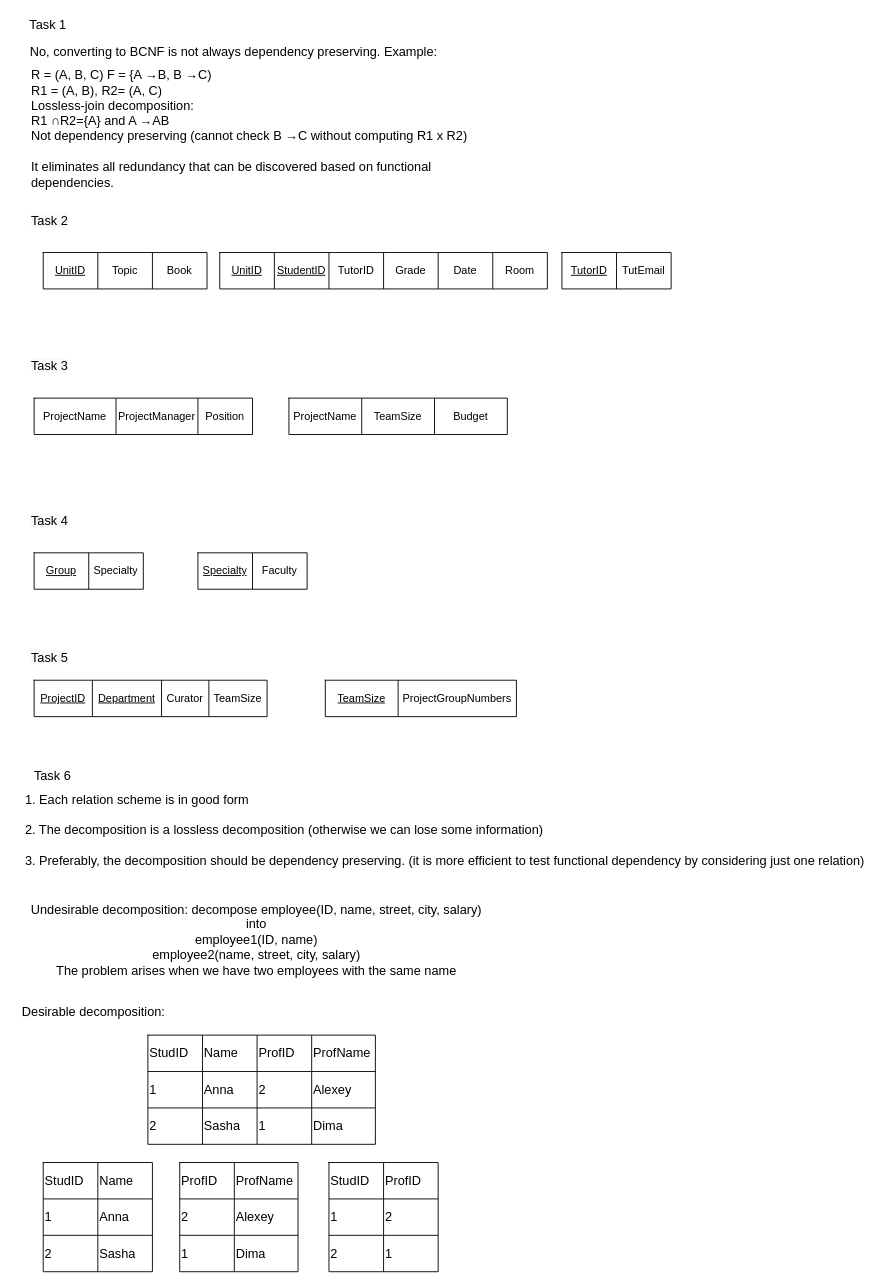
Above: Lab5.drawio in AsselyaRaim/Databases-2021 (draw.io), before the change. Source tidied: cells renumbered, new cells numbered last; positions are measured from the earlier drawing's top-left corner, leaving out a move shared by most shapes. Both pictures are drawn from the tidied source at 91%, with x=0, y=0 at pixel (15, 15).
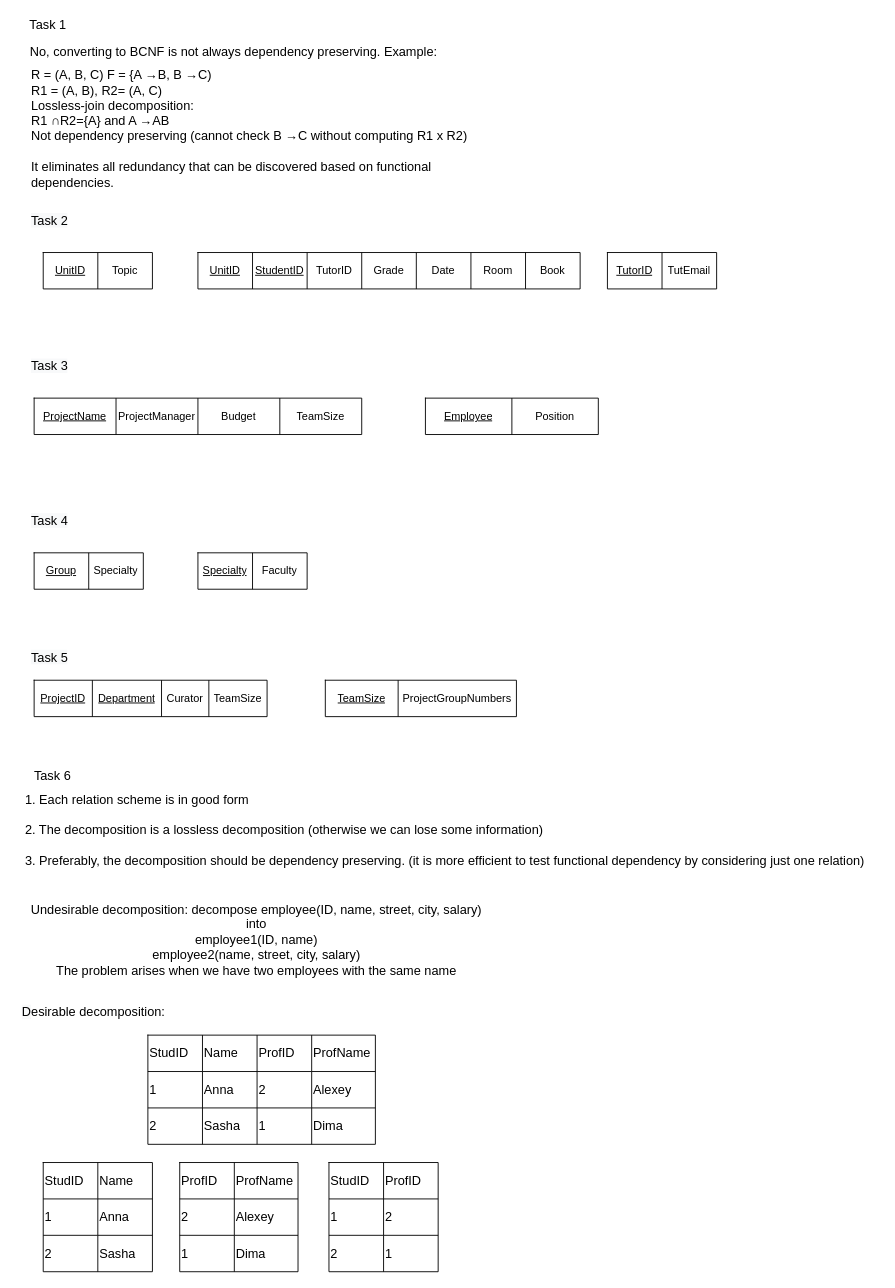
Above is the later version.

Change to the diagram source:
```diff
@@
     <mxCell id="2" style="shape=table;html=1;whiteSpace=wrap;startSize=0;childLayout=tableLayout;" parent="1" vertex="1">
-      <mxGeometry x="600" y="260" width="120" height="40" as="geometry" />
+      <mxGeometry x="650" y="260" width="120" height="40" as="geometry" />
     </mxCell>
@@
     <mxCell id="6" style="shape=table;html=1;whiteSpace=wrap;startSize=0;childLayout=tableLayout;" parent="1" vertex="1">
-      <mxGeometry x="30" y="260" width="180" height="40" as="geometry" />
+      <mxGeometry x="30" y="260" width="120" height="40" as="geometry" />
     </mxCell>
     <mxCell id="7" style="shape=partialRectangle;html=1;whiteSpace=wrap;fillColor=none;top=0;left=0;bottom=0;right=0;" parent="6" vertex="1">
-      <mxGeometry width="180" height="40" as="geometry" />
+      <mxGeometry width="120" height="40" as="geometry" />
     </mxCell>
@@
-    <mxCell id="9" value="Topic" style="shape=partialRectangle;html=1;whiteSpace=wrap;fillColor=none;top=0;left=0;bottom=0;right=0;overflow=hidden;" parent="7" vertex="1">
-      <mxGeometry x="60" width="60" height="40" as="geometry" />
-    </mxCell>
-    <mxCell id="10" value="Book" style="shape=partialRectangle;html=1;whiteSpace=wrap;fillColor=none;top=0;left=0;bottom=0;right=0;overflow=hidden;" parent="7" vertex="1">
-      <mxGeometry x="120" width="60" height="40" as="geometry" />
+    <mxCell id="10" value="Topic" style="shape=partialRectangle;html=1;whiteSpace=wrap;fillColor=none;top=0;left=0;bottom=0;right=0;overflow=hidden;" parent="7" vertex="1">
+      <mxGeometry x="60" width="60" height="40" as="geometry" />
     </mxCell>
     <mxCell id="11" style="shape=table;html=1;whiteSpace=wrap;startSize=0;childLayout=tableLayout;" parent="1" vertex="1">
-      <mxGeometry x="224" y="260" width="360" height="40" as="geometry" />
+      <mxGeometry x="200" y="260" width="420" height="40" as="geometry" />
     </mxCell>
     <mxCell id="12" style="shape=partialRectangle;html=1;whiteSpace=wrap;fillColor=none;top=0;left=0;bottom=0;right=0;" parent="11" vertex="1">
-      <mxGeometry width="360" height="40" as="geometry" />
+      <mxGeometry width="420" height="40" as="geometry" />
     </mxCell>
@@
-    <mxCell id="18" style="shape=partialRectangle;html=1;whiteSpace=wrap;fillColor=none;top=0;left=0;bottom=0;right=0;overflow=hidden;" parent="12" vertex="1">
+    <mxCell id="18" value="Room" style="shape=partialRectangle;html=1;whiteSpace=wrap;fillColor=none;top=0;left=0;bottom=0;right=0;overflow=hidden;" parent="12" vertex="1">
       <mxGeometry x="300" width="60" height="40" as="geometry" />
     </mxCell>
+    <mxCell id="105" value="Book" style="shape=partialRectangle;html=1;whiteSpace=wrap;fillColor=none;top=0;left=0;bottom=0;right=0;overflow=hidden;" parent="12" vertex="1">
+      <mxGeometry x="360" width="60" height="40" as="geometry" />
+    </mxCell>
     <mxCell id="19" style="shape=table;html=1;whiteSpace=wrap;startSize=0;childLayout=tableLayout;" parent="1" vertex="1">
-      <mxGeometry x="20" y="420" width="240" height="40" as="geometry" />
+      <mxGeometry x="20" y="420" width="360" height="40" as="geometry" />
     </mxCell>
     <mxCell id="20" style="shape=partialRectangle;html=1;whiteSpace=wrap;fillColor=none;top=0;left=0;bottom=0;right=0;" parent="19" vertex="1">
-      <mxGeometry width="240" height="40" as="geometry" />
+      <mxGeometry width="360" height="40" as="geometry" />
     </mxCell>
-    <mxCell id="21" value="ProjectName" style="shape=partialRectangle;html=1;whiteSpace=wrap;fillColor=none;top=0;left=0;bottom=0;right=0;overflow=hidden;" parent="20" vertex="1">
+    <mxCell id="21" value="&lt;u&gt;ProjectName&lt;/u&gt;" style="shape=partialRectangle;html=1;whiteSpace=wrap;fillColor=none;top=0;left=0;bottom=0;right=0;overflow=hidden;" parent="20" vertex="1">
       <mxGeometry width="90" height="40" as="geometry" />
     </mxCell>
@@
-    <mxCell id="23" value="Position" style="shape=partialRectangle;html=1;whiteSpace=wrap;fillColor=none;top=0;left=0;bottom=0;right=0;overflow=hidden;" parent="20" vertex="1">
-      <mxGeometry x="180" width="60" height="40" as="geometry" />
-    </mxCell>
-    <mxCell id="24" value="Room" style="shape=partialRectangle;html=1;whiteSpace=wrap;fillColor=none;top=0;left=0;bottom=0;right=0;overflow=hidden;" parent="1" vertex="1">
-      <mxGeometry x="524" y="260" width="60" height="40" as="geometry" />
-    </mxCell>
-    <mxCell id="25" style="shape=table;html=1;whiteSpace=wrap;startSize=0;childLayout=tableLayout;" parent="1" vertex="1">
-      <mxGeometry x="300" y="420" width="240" height="40" as="geometry" />
-    </mxCell>
-    <mxCell id="26" style="shape=partialRectangle;html=1;whiteSpace=wrap;fillColor=none;top=0;left=0;bottom=0;right=0;" parent="25" vertex="1">
-      <mxGeometry width="240" height="40" as="geometry" />
-    </mxCell>
-    <mxCell id="27" value="ProjectName" style="shape=partialRectangle;html=1;whiteSpace=wrap;fillColor=none;top=0;left=0;bottom=0;right=0;overflow=hidden;" parent="26" vertex="1">
-      <mxGeometry width="80" height="40" as="geometry" />
-    </mxCell>
+    <mxCell id="29" value="Budget" style="shape=partialRectangle;html=1;whiteSpace=wrap;fillColor=none;top=0;left=0;bottom=0;right=0;overflow=hidden;" parent="20" vertex="1">
+      <mxGeometry x="180" width="90" height="40" as="geometry" />
+    </mxCell>
-    <mxCell id="28" value="TeamSize" style="shape=partialRectangle;html=1;whiteSpace=wrap;fillColor=none;top=0;left=0;bottom=0;right=0;overflow=hidden;" parent="26" vertex="1">
-      <mxGeometry x="80" width="80" height="40" as="geometry" />
+    <mxCell id="28" value="TeamSize" style="shape=partialRectangle;html=1;whiteSpace=wrap;fillColor=none;top=0;left=0;bottom=0;right=0;overflow=hidden;" parent="20" vertex="1">
+      <mxGeometry x="270" width="90" height="40" as="geometry" />
     </mxCell>
-    <mxCell id="29" value="Budget" style="shape=partialRectangle;html=1;whiteSpace=wrap;fillColor=none;top=0;left=0;bottom=0;right=0;overflow=hidden;" parent="26" vertex="1">
-      <mxGeometry x="160" width="80" height="40" as="geometry" />
-    </mxCell>
@@
+    <mxCell id="106" style="shape=table;html=1;whiteSpace=wrap;startSize=0;childLayout=tableLayout;" parent="1" vertex="1">
+      <mxGeometry x="450" y="420" width="190" height="40" as="geometry" />
+    </mxCell>
+    <mxCell id="107" style="shape=partialRectangle;html=1;whiteSpace=wrap;fillColor=none;top=0;left=0;bottom=0;right=0;" parent="106" vertex="1">
+      <mxGeometry width="190" height="40" as="geometry" />
+    </mxCell>
+    <mxCell id="108" value="&lt;u&gt;Employee&lt;/u&gt;" style="shape=partialRectangle;html=1;whiteSpace=wrap;fillColor=none;top=0;left=0;bottom=0;right=0;overflow=hidden;" parent="107" vertex="1">
+      <mxGeometry width="95" height="40" as="geometry" />
+    </mxCell>
+    <mxCell id="23" value="Position" style="shape=partialRectangle;html=1;whiteSpace=wrap;fillColor=none;top=0;left=0;bottom=0;right=0;overflow=hidden;" parent="107" vertex="1">
+      <mxGeometry x="95" width="95" height="40" as="geometry" />
+    </mxCell>
```
